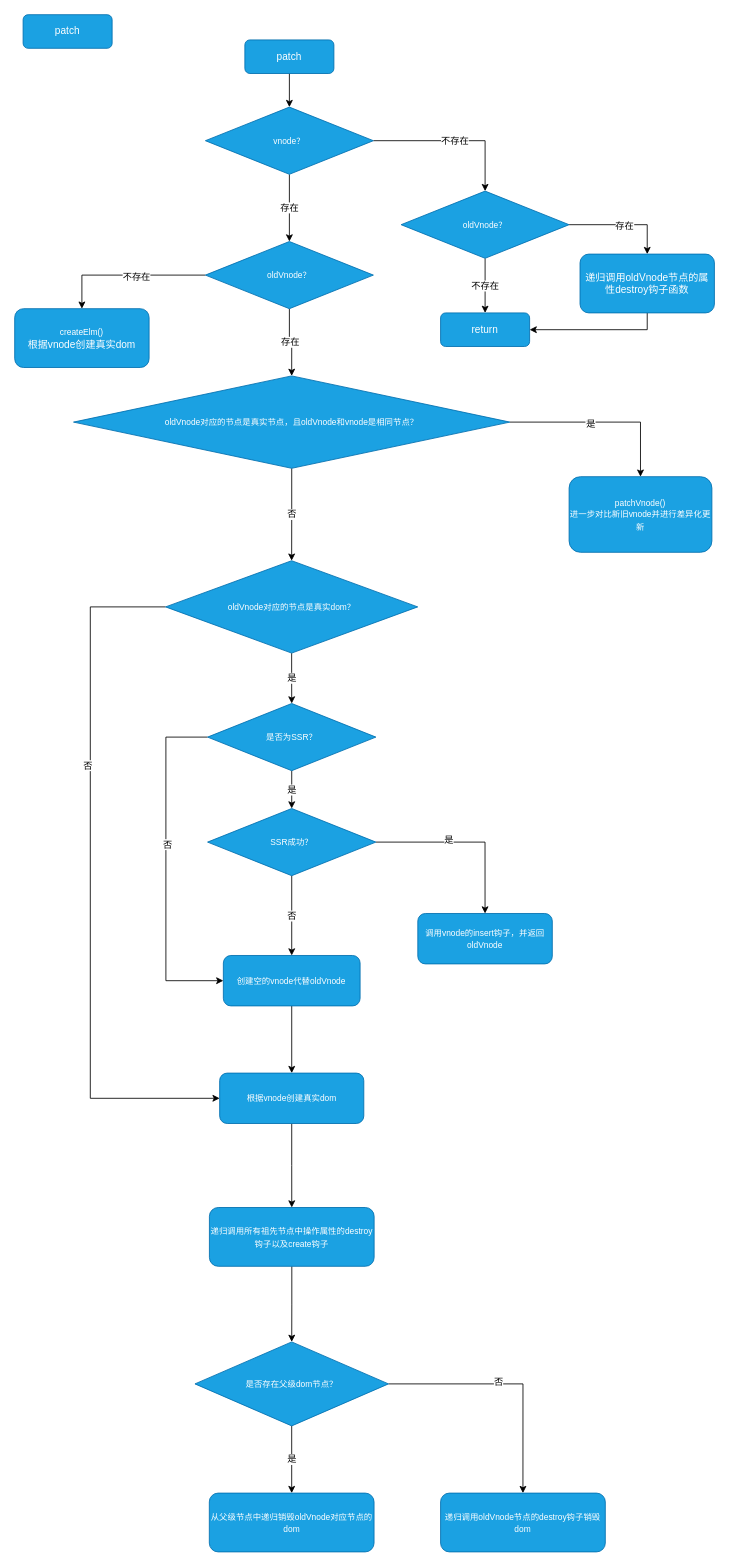
This is patch-all.drawio from 5102a/Drawing-Board-Canvas, a draw.io file, before an edit. Source tidied: cells renumbered, new cells numbered last; positions are measured from the earlier drawing's top-left corner, leaving out a move shared by most shapes. Both pictures are drawn from the tidied source at 84%, with x=0, y=0 at pixel (14, 14).
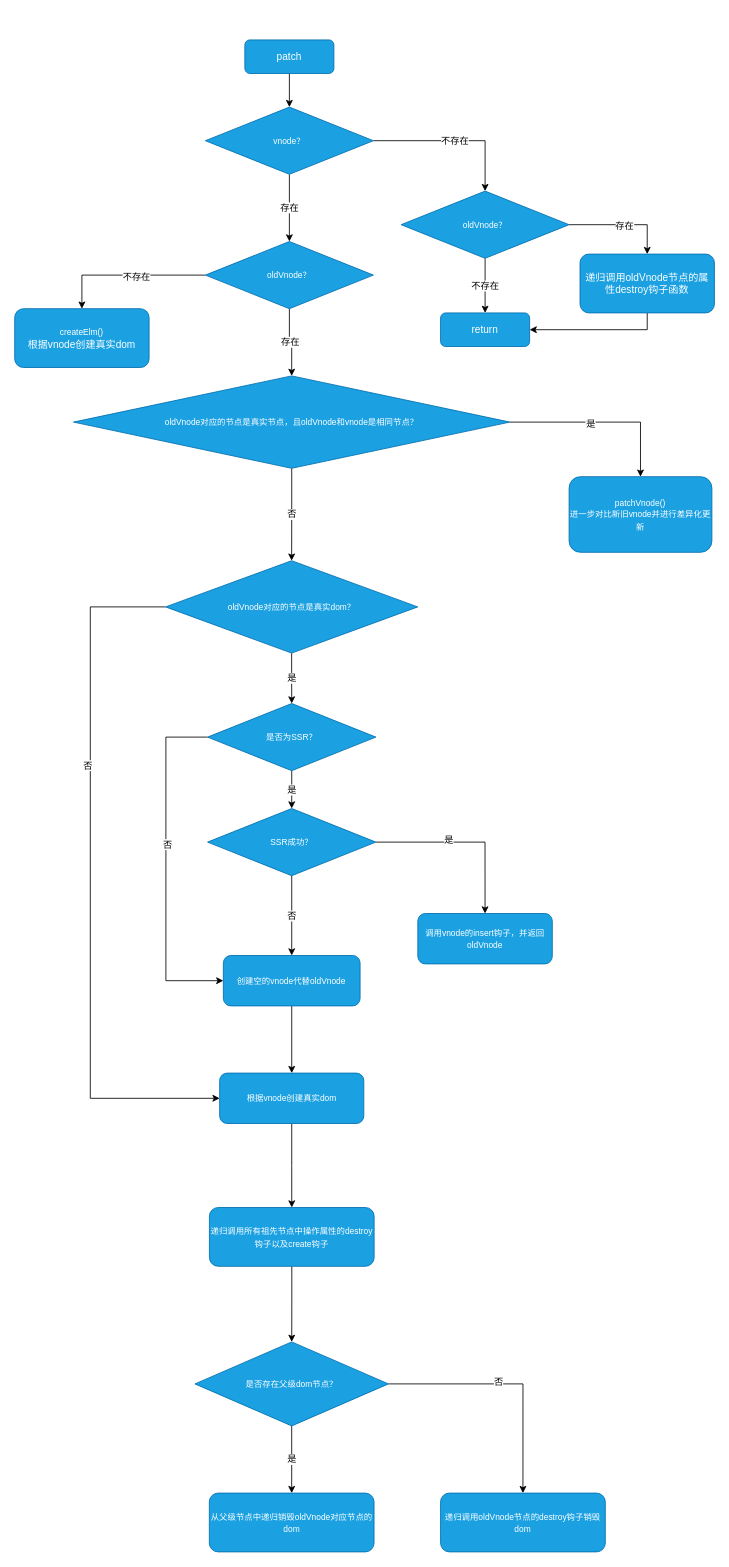
Above is the later version.

Diff of the diagram source:
```diff
@@
-    <mxCell id="5" value="patch" style="rounded=1;whiteSpace=wrap;html=1;fillColor=#1ba1e2;strokeColor=#006EAF;fontColor=#ffffff;" parent="1" vertex="1">
-      <mxGeometry x="10" width="106" height="40" as="geometry" />
-    </mxCell>
```
